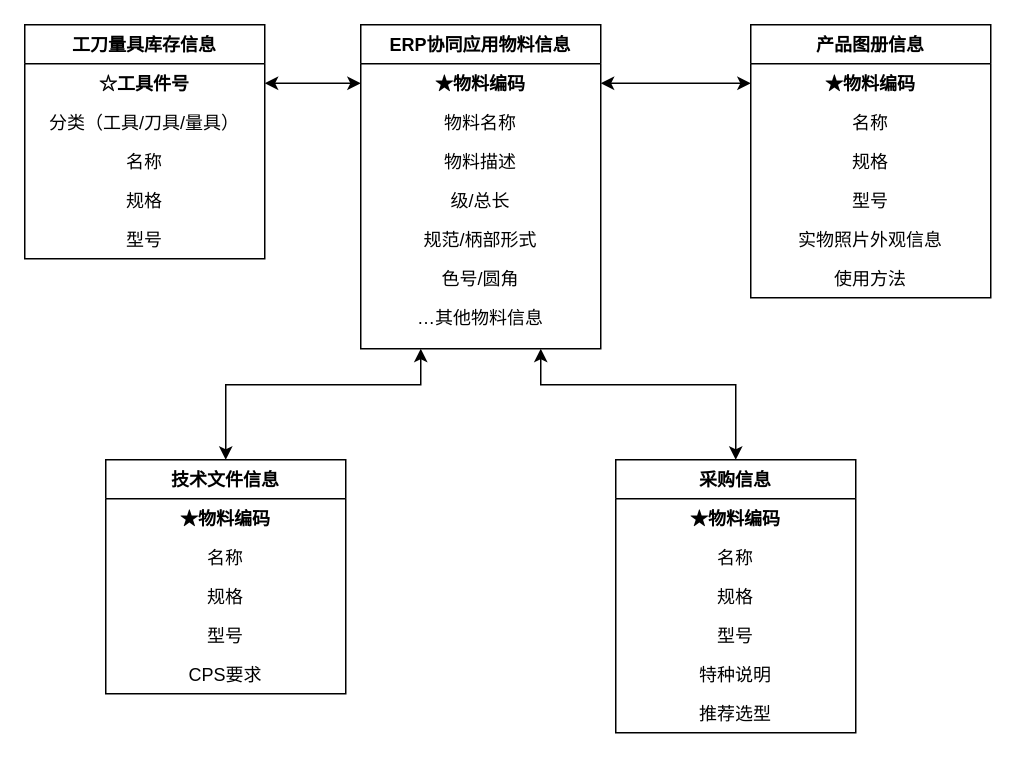
Earlier version of the draw.io diagram erp_tims.drawio (miaomiao1992/draw.io). Source tidied: cells renumbered, new cells numbered last; positions are measured from the earlier drawing's top-left corner, leaving out a move shared by most shapes. Both pictures are drawn from the tidied source at 150%, with x=0, y=0 at pixel (24, 24).
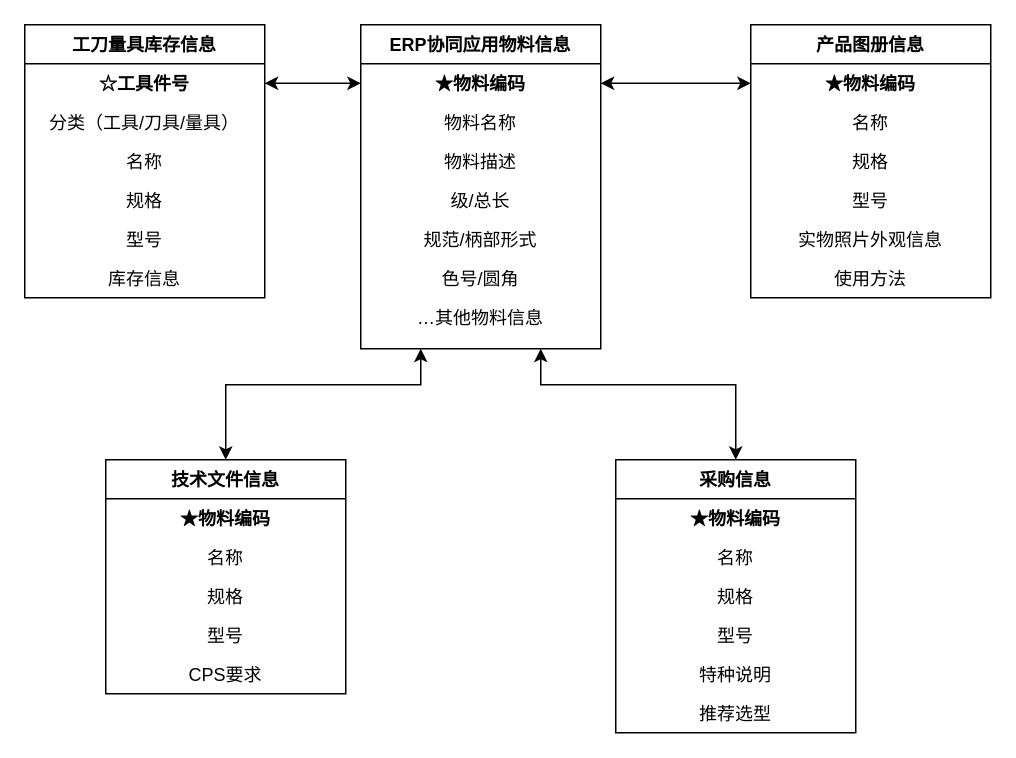
The same page after the edit.

Change to the diagram source:
```diff
@@
     <mxCell id="16" value="工刀量具库存信息" style="swimlane;fontStyle=1;align=center;verticalAlign=top;horizontal=1;startSize=26;rounded=0;shadow=0;strokeWidth=1;" parent="1" vertex="1">
-      <mxGeometry width="160" height="156" as="geometry" />
+      <mxGeometry width="160" height="182" as="geometry" />
     </mxCell>
@@
+    <mxCell id="40" value="库存信息" style="text;align=center;verticalAlign=top;spacingLeft=4;spacingRight=4;overflow=hidden;rounded=0;shadow=0;html=0;" parent="16" vertex="1">
+      <mxGeometry y="156" width="160" height="26" as="geometry" />
+    </mxCell>
```
